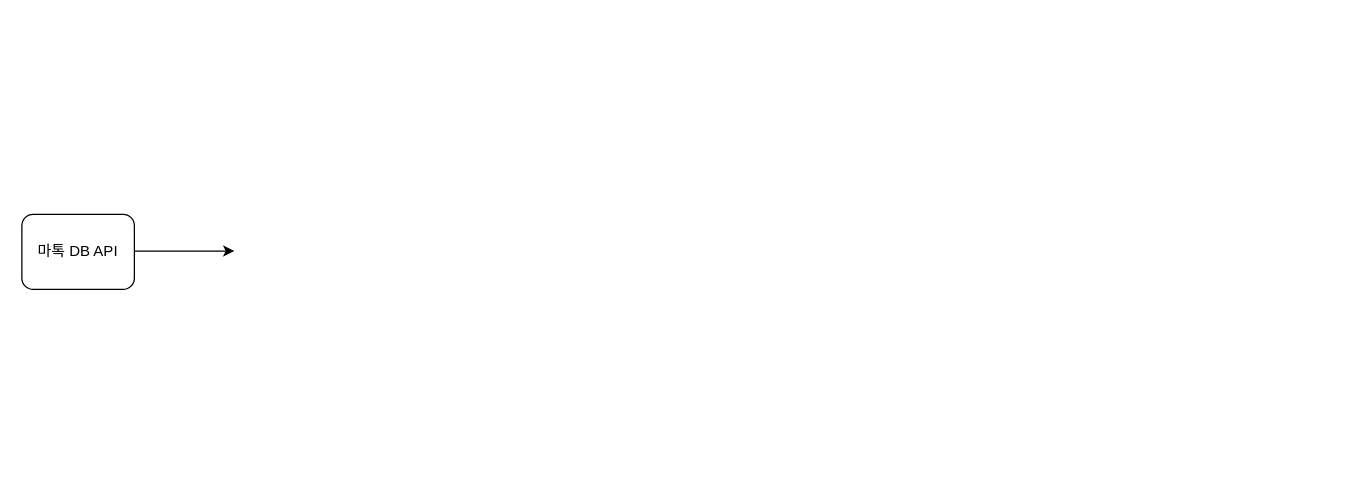
Earlier version of the draw.io diagram news_chatbot/제목 없는 다이어그램.drawio (jinucho/K_digital_training). Source tidied: cells renumbered, new cells numbered last; positions are measured from the earlier drawing's top-left corner, leaving out a move shared by most shapes. Both pictures are drawn from the tidied source at 125%, with x=0, y=0 at pixel (21, 214).
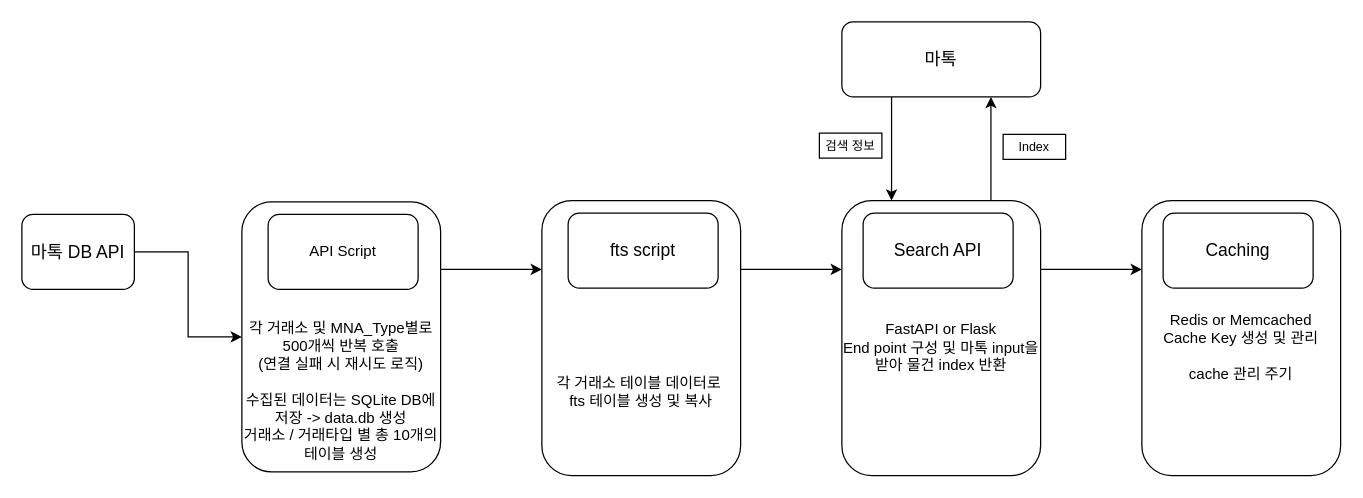
The same diagram, later.

Change to the diagram source:
```diff
@@
 <mxGraphModel>
   <root>
     <mxCell id="0" />
     <mxCell id="1" parent="0" />
-    <mxCell id="2" style="endArrow=classic;html=1;rounded=0;exitX=1;exitY=0.5;exitDx=0;exitDy=0;" parent="1" edge="1">
-      <mxGeometry relative="1" as="geometry">
-        <mxPoint x="90" y="29.3" as="sourcePoint" />
-        <mxPoint x="170" y="29.3" as="targetPoint" />
-      </mxGeometry>
-    </mxCell>
+    <mxCell id="4" style="edgeStyle=orthogonalEdgeStyle;rounded=0;jettySize=auto;html=1;exitX=1;exitY=0.25;exitDx=0;exitDy=0;entryX=0;entryY=0.25;entryDx=0;entryDy=0;" parent="1" edge="1" source="5" target="9">
+      <mxGeometry relative="1" as="geometry" />
+    </mxCell>
+    <mxCell id="5" value="&lt;div&gt;&lt;font style=&quot;font-size: 12px;&quot;&gt;&lt;br&gt;&lt;/font&gt;&lt;/div&gt;&lt;div&gt;&lt;font style=&quot;font-size: 12px;&quot;&gt;&lt;br&gt;&lt;/font&gt;&lt;/div&gt;&lt;div&gt;&lt;font style=&quot;font-size: 12px;&quot;&gt;&lt;br&gt;&lt;/font&gt;&lt;/div&gt;&lt;div&gt;&lt;font style=&quot;font-size: 12px;&quot;&gt;&lt;br&gt;&lt;/font&gt;&lt;/div&gt;&lt;div&gt;&lt;font style=&quot;font-size: 12px;&quot;&gt;&lt;br&gt;&lt;/font&gt;&lt;/div&gt;&lt;div&gt;&lt;font style=&quot;font-size: 12px;&quot;&gt;&lt;br&gt;&lt;/font&gt;&lt;/div&gt;&lt;font style=&quot;font-size: 12px;&quot;&gt;각 거래소 및 MNA_Type별로 500개씩 반복 호출&lt;/font&gt;&lt;div&gt;(연결 실패 시 재시도 로직)&lt;br&gt;&lt;div style=&quot;&quot;&gt;&lt;font style=&quot;font-size: 12px;&quot;&gt;&lt;br&gt;&lt;/font&gt;&lt;/div&gt;&lt;div style=&quot;&quot;&gt;&lt;font style=&quot;font-size: 12px;&quot;&gt;수집된 데이터는 SQLite DB에 저장 -&amp;gt; data.db 생성&lt;/font&gt;&lt;/div&gt;&lt;/div&gt;&lt;div style=&quot;&quot;&gt;거래소 / 거래타입 별 총 10개의 테이블 생성&lt;/div&gt;" style="rounded=1;whiteSpace=wrap;html=1;align=center;" parent="1" vertex="1">
+      <mxGeometry x="176" y="-10" width="159" height="216" as="geometry" />
+    </mxCell>
+    <mxCell id="6" style="edgeStyle=orthogonalEdgeStyle;rounded=0;jettySize=auto;html=1;" parent="1" edge="1" source="3" target="5">
+      <mxGeometry relative="1" as="geometry" />
+    </mxCell>
-    <mxCell id="3" value="마톡 DB API" style="rounded=1;whiteSpace=wrap;html=1;" parent="1" vertex="1">
+    <mxCell id="3" value="&lt;font style=&quot;font-size: 14px;&quot;&gt;마톡 DB API&lt;/font&gt;" style="rounded=1;whiteSpace=wrap;html=1;" parent="1" vertex="1">
       <mxGeometry width="90" height="60" as="geometry" />
     </mxCell>
+    <mxCell id="7" value="API Script" style="rounded=1;whiteSpace=wrap;html=1;" parent="1" vertex="1">
+      <mxGeometry x="197" width="120" height="60" as="geometry" />
+    </mxCell>
+    <mxCell id="8" style="edgeStyle=orthogonalEdgeStyle;rounded=0;jettySize=auto;html=1;exitX=1;exitY=0.25;exitDx=0;exitDy=0;entryX=0;entryY=0.25;entryDx=0;entryDy=0;" parent="1" edge="1" source="9" target="13">
+      <mxGeometry relative="1" as="geometry" />
+    </mxCell>
+    <mxCell id="9" value="&lt;div&gt;&lt;font style=&quot;font-size: 12px;&quot;&gt;&lt;br&gt;&lt;/font&gt;&lt;/div&gt;&lt;div&gt;&lt;font style=&quot;font-size: 12px;&quot;&gt;&lt;br&gt;&lt;/font&gt;&lt;/div&gt;&lt;div&gt;&lt;font style=&quot;font-size: 12px;&quot;&gt;&lt;br&gt;&lt;/font&gt;&lt;/div&gt;&lt;div&gt;&lt;font style=&quot;font-size: 12px;&quot;&gt;&lt;br&gt;&lt;/font&gt;&lt;/div&gt;&lt;div&gt;&lt;font style=&quot;font-size: 12px;&quot;&gt;&lt;br&gt;&lt;/font&gt;&lt;/div&gt;&lt;div&gt;&lt;font style=&quot;font-size: 12px;&quot;&gt;&lt;br&gt;&lt;/font&gt;&lt;/div&gt;각 거래소 테이블 데이터로&amp;nbsp;&lt;div&gt;fts 테이블 생성 및 복사&lt;/div&gt;" style="rounded=1;whiteSpace=wrap;html=1;align=center;" parent="1" vertex="1">
+      <mxGeometry x="416" y="-11" width="159" height="220" as="geometry" />
+    </mxCell>
+    <mxCell id="10" value="&lt;span style=&quot;font-size: 14px;&quot;&gt;fts script&lt;/span&gt;" style="rounded=1;whiteSpace=wrap;html=1;" parent="1" vertex="1">
+      <mxGeometry x="437" y="-1" width="120" height="60" as="geometry" />
+    </mxCell>
+    <mxCell id="11" style="edgeStyle=orthogonalEdgeStyle;rounded=0;jettySize=auto;html=1;exitX=0.25;exitY=1;exitDx=0;exitDy=0;entryX=0.25;entryY=0;entryDx=0;entryDy=0;" parent="1" edge="1" source="16" target="13">
+      <mxGeometry relative="1" as="geometry" />
+    </mxCell>
+    <mxCell id="12" style="edgeStyle=orthogonalEdgeStyle;rounded=0;jettySize=auto;html=1;exitX=1;exitY=0.25;exitDx=0;exitDy=0;entryX=0;entryY=0.25;entryDx=0;entryDy=0;" parent="1" edge="1" source="13" target="19">
+      <mxGeometry relative="1" as="geometry" />
+    </mxCell>
+    <mxCell id="13" value="&lt;div&gt;&lt;font style=&quot;font-size: 12px;&quot;&gt;&lt;br&gt;&lt;/font&gt;&lt;/div&gt;&lt;div&gt;FastAPI or Flask&lt;br&gt;&lt;/div&gt;&lt;div&gt;End point 구성 및 마톡 input을 받아 물건 index 반환&lt;/div&gt;" style="rounded=1;whiteSpace=wrap;html=1;align=center;" parent="1" vertex="1">
+      <mxGeometry x="656" y="-11" width="159" height="220" as="geometry" />
+    </mxCell>
+    <mxCell id="14" value="&lt;span style=&quot;font-size: 14px;&quot;&gt;Search API&lt;/span&gt;" style="rounded=1;whiteSpace=wrap;html=1;" parent="1" vertex="1">
+      <mxGeometry x="673" y="-1" width="120" height="60" as="geometry" />
+    </mxCell>
+    <mxCell id="15" style="edgeStyle=orthogonalEdgeStyle;rounded=0;jettySize=auto;html=1;exitX=0.75;exitY=0;exitDx=0;exitDy=0;entryX=0.75;entryY=1;entryDx=0;entryDy=0;" parent="1" edge="1" source="13" target="16">
+      <mxGeometry relative="1" as="geometry" />
+    </mxCell>
+    <mxCell id="16" value="&lt;font style=&quot;font-size: 14px;&quot;&gt;마톡&lt;/font&gt;" style="rounded=1;whiteSpace=wrap;html=1;" parent="1" vertex="1">
+      <mxGeometry x="656" y="-154" width="159" height="60" as="geometry" />
+    </mxCell>
+    <mxCell id="17" value="&lt;font style=&quot;font-size: 10px;&quot;&gt;검색 정보&lt;/font&gt;" style="whiteSpace=wrap;html=1;" parent="1" vertex="1">
+      <mxGeometry x="638" y="-65" width="50" height="20" as="geometry" />
+    </mxCell>
+    <mxCell id="18" value="&lt;span style=&quot;font-size: 10px;&quot;&gt;Index&lt;/span&gt;" style="whiteSpace=wrap;html=1;" parent="1" vertex="1">
+      <mxGeometry x="785" y="-64" width="50" height="20" as="geometry" />
+    </mxCell>
+    <mxCell id="19" value="&lt;div&gt;&lt;font style=&quot;font-size: 12px;&quot;&gt;&lt;br&gt;&lt;/font&gt;&lt;/div&gt;&lt;div&gt;Redis or Memcached&lt;/div&gt;&lt;div&gt;Cache Key 생성 및 관리&lt;/div&gt;&lt;div&gt;&lt;br&gt;&lt;/div&gt;&lt;div&gt;cache 관리 주기&lt;/div&gt;" style="rounded=1;whiteSpace=wrap;html=1;align=center;" parent="1" vertex="1">
+      <mxGeometry x="896" y="-11" width="159" height="220" as="geometry" />
+    </mxCell>
+    <mxCell id="20" value="&lt;span style=&quot;font-size: 14px;&quot;&gt;Caching&lt;/span&gt;" style="rounded=1;whiteSpace=wrap;html=1;" parent="1" vertex="1">
+      <mxGeometry x="913" y="-1" width="120" height="60" as="geometry" />
+    </mxCell>
   </root>
 </mxGraphModel>
```
